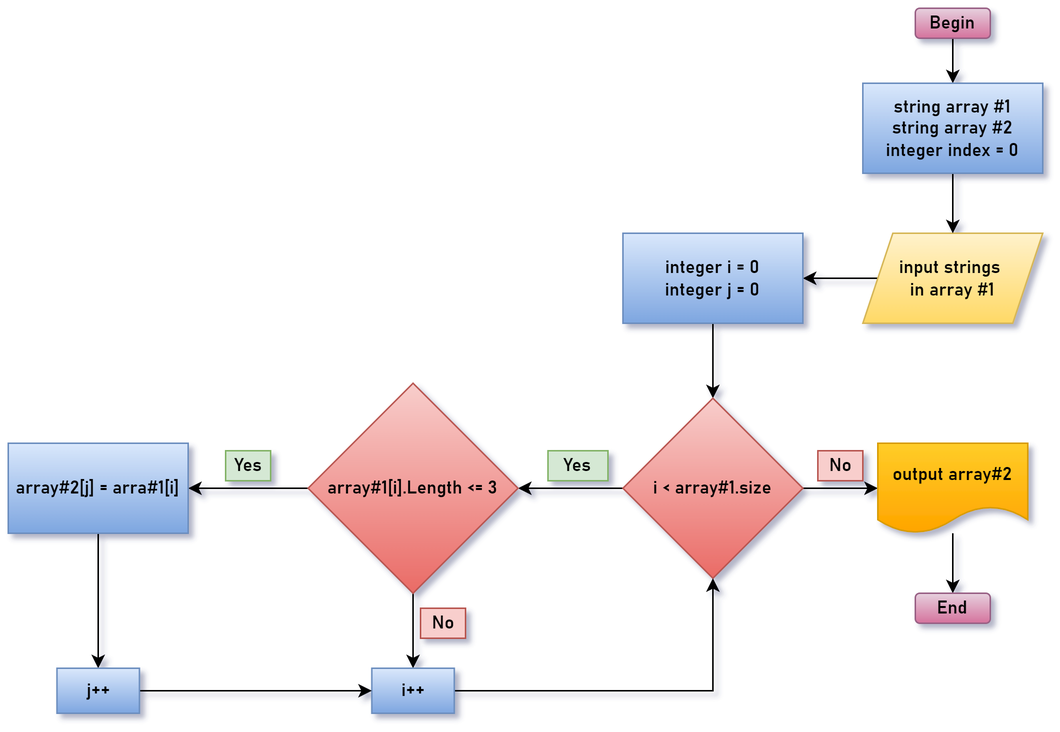
hayk4500/GB_FinalTask keeps this draw.io diagram as dia.png. Above is the earlier version. Source tidied: cells renumbered, new cells last; positions are measured from the earlier drawing's top-left corner, leaving out a move shared by most shapes.
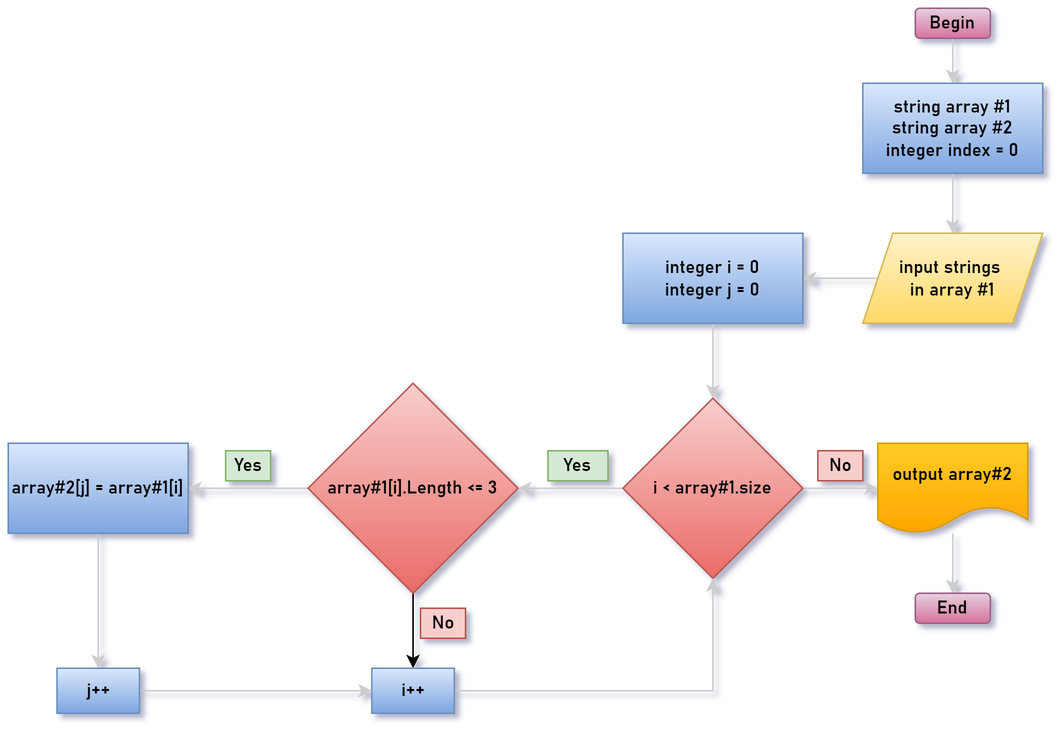
Later version of the same file.

Change to the diagram source:
```diff
@@ -2,40 +2,40 @@
   <root>
     <mxCell id="0" />
     <mxCell id="1" parent="0" />
-    <mxCell id="2" style="edgeStyle=orthogonalEdgeStyle;rounded=0;jettySize=auto;html=1;fontFamily=Bahnschrift SemiBold;fontStyle=1;" parent="1" edge="1" source="3" target="7">
+    <mxCell id="2" style="edgeStyle=orthogonalEdgeStyle;rounded=0;jettySize=auto;html=1;fontFamily=Bahnschrift SemiBold;fontStyle=1;fontColor=#7045FF;strokeColor=#CCCCCC;" parent="1" edge="1" source="3" target="7">
       <mxGeometry relative="1" as="geometry" />
     </mxCell>
     <mxCell id="3" value="Begin" style="rounded=1;whiteSpace=wrap;html=1;fillColor=#e6d0de;strokeColor=#996185;gradientColor=#d5739d;fontFamily=Bahnschrift SemiBold;fontStyle=1;" parent="1" vertex="1">
       <mxGeometry x="605" width="50" height="20" as="geometry" />
     </mxCell>
-    <mxCell id="4" style="edgeStyle=orthogonalEdgeStyle;rounded=0;jettySize=auto;html=1;fontFamily=Bahnschrift SemiBold;fontStyle=1;" parent="1" edge="1" source="5" target="9">
+    <mxCell id="4" style="edgeStyle=orthogonalEdgeStyle;rounded=0;jettySize=auto;html=1;fontFamily=Bahnschrift SemiBold;fontStyle=1;fontColor=#7045FF;strokeColor=#CCCCCC;" parent="1" edge="1" source="5" target="9">
       <mxGeometry relative="1" as="geometry" />
     </mxCell>
     <mxCell id="5" value="input strings&amp;nbsp;&lt;br&gt;in array #1" style="shape=parallelogram;perimeter=parallelogramPerimeter;whiteSpace=wrap;html=1;fixedSize=1;fillColor=#fff2cc;strokeColor=#d6b656;gradientColor=#ffd966;fontFamily=Bahnschrift SemiBold;fontStyle=1;" parent="1" vertex="1">
       <mxGeometry x="570" y="150" width="120" height="60" as="geometry" />
     </mxCell>
-    <mxCell id="6" style="edgeStyle=orthogonalEdgeStyle;rounded=0;jettySize=auto;html=1;fontFamily=Bahnschrift SemiBold;fontStyle=1;" parent="1" edge="1" source="7" target="5">
+    <mxCell id="6" style="edgeStyle=orthogonalEdgeStyle;rounded=0;jettySize=auto;html=1;fontFamily=Bahnschrift SemiBold;fontStyle=1;fontColor=#7045FF;strokeColor=#CCCCCC;" parent="1" edge="1" source="7" target="5">
       <mxGeometry relative="1" as="geometry" />
     </mxCell>
     <mxCell id="7" value="string array #1&lt;br&gt;string array #2&lt;br&gt;integer index = 0" style="rounded=0;whiteSpace=wrap;html=1;fillColor=#dae8fc;strokeColor=#6c8ebf;gradientColor=#7ea6e0;fontFamily=Bahnschrift SemiBold;fontStyle=1;" parent="1" vertex="1">
       <mxGeometry x="570" y="50" width="120" height="60" as="geometry" />
     </mxCell>
-    <mxCell id="8" style="edgeStyle=orthogonalEdgeStyle;rounded=0;jettySize=auto;html=1;fontFamily=Bahnschrift SemiBold;fontStyle=1;" parent="1" edge="1" source="9" target="12">
+    <mxCell id="8" style="edgeStyle=orthogonalEdgeStyle;rounded=0;jettySize=auto;html=1;fontFamily=Bahnschrift SemiBold;fontStyle=1;fontColor=#7045FF;strokeColor=#CCCCCC;" parent="1" edge="1" source="9" target="12">
       <mxGeometry relative="1" as="geometry" />
     </mxCell>
     <mxCell id="9" value="integer i = 0&lt;br&gt;integer j = 0" style="rounded=0;whiteSpace=wrap;html=1;fillColor=#dae8fc;strokeColor=#6c8ebf;gradientColor=#7ea6e0;fontFamily=Bahnschrift SemiBold;fontStyle=1;" parent="1" vertex="1">
       <mxGeometry x="410" y="150" width="120" height="60" as="geometry" />
     </mxCell>
-    <mxCell id="10" style="edgeStyle=orthogonalEdgeStyle;rounded=0;jettySize=auto;html=1;fontFamily=Bahnschrift SemiBold;fontStyle=1;" parent="1" edge="1" source="12" target="15">
+    <mxCell id="10" style="edgeStyle=orthogonalEdgeStyle;rounded=0;jettySize=auto;html=1;fontFamily=Bahnschrift SemiBold;fontStyle=1;fontColor=#7045FF;strokeColor=#CCCCCC;" parent="1" edge="1" source="12" target="15">
       <mxGeometry relative="1" as="geometry" />
     </mxCell>
-    <mxCell id="11" style="edgeStyle=orthogonalEdgeStyle;rounded=0;jettySize=auto;html=1;fontFamily=Bahnschrift SemiBold;fontStyle=1;" parent="1" edge="1" source="12" target="26">
+    <mxCell id="11" style="edgeStyle=orthogonalEdgeStyle;rounded=0;jettySize=auto;html=1;fontFamily=Bahnschrift SemiBold;fontStyle=1;fontColor=#7045FF;strokeColor=#CCCCCC;" parent="1" edge="1" source="12" target="26">
       <mxGeometry relative="1" as="geometry" />
     </mxCell>
     <mxCell id="12" value="i &amp;lt; array#1.size&lt;br&gt;" style="rhombus;whiteSpace=wrap;html=1;fillColor=#f8cecc;strokeColor=#b85450;gradientColor=#ea6b66;fontFamily=Bahnschrift SemiBold;fontStyle=1;" parent="1" vertex="1">
       <mxGeometry x="410" y="260" width="120" height="120" as="geometry" />
     </mxCell>
-    <mxCell id="13" style="edgeStyle=orthogonalEdgeStyle;rounded=0;jettySize=auto;html=1;fontFamily=Bahnschrift SemiBold;fontStyle=1;" parent="1" edge="1" source="15" target="17">
+    <mxCell id="13" style="edgeStyle=orthogonalEdgeStyle;rounded=0;jettySize=auto;html=1;fontFamily=Bahnschrift SemiBold;fontStyle=1;fontColor=#7045FF;strokeColor=#CCCCCC;" parent="1" edge="1" source="15" target="17">
       <mxGeometry relative="1" as="geometry" />
     </mxCell>
     <mxCell id="14" style="edgeStyle=orthogonalEdgeStyle;rounded=0;jettySize=auto;html=1;fontFamily=Bahnschrift SemiBold;fontStyle=1;" parent="1" edge="1" source="15" target="19">
@@ -44,19 +44,19 @@
     <mxCell id="15" value="array#1[i].Length &amp;lt;= 3" style="rhombus;whiteSpace=wrap;html=1;fillColor=#f8cecc;strokeColor=#b85450;gradientColor=#ea6b66;fontFamily=Bahnschrift SemiBold;fontStyle=1;" parent="1" vertex="1">
       <mxGeometry x="200" y="250" width="140" height="140" as="geometry" />
     </mxCell>
-    <mxCell id="16" style="edgeStyle=orthogonalEdgeStyle;rounded=0;jettySize=auto;html=1;fontFamily=Bahnschrift SemiBold;fontStyle=1;" parent="1" edge="1" source="17" target="21">
+    <mxCell id="16" style="edgeStyle=orthogonalEdgeStyle;rounded=0;jettySize=auto;html=1;fontFamily=Bahnschrift SemiBold;fontStyle=1;fontColor=#7045FF;strokeColor=#CCCCCC;" parent="1" edge="1" source="17" target="21">
       <mxGeometry relative="1" as="geometry" />
     </mxCell>
-    <mxCell id="17" value="array#2[j] = arra#1[i]" style="rounded=0;whiteSpace=wrap;html=1;fillColor=#dae8fc;strokeColor=#6c8ebf;gradientColor=#7ea6e0;fontFamily=Bahnschrift SemiBold;fontStyle=1;" parent="1" vertex="1">
+    <mxCell id="17" value="array#2[j] = array#1[i]" style="rounded=0;whiteSpace=wrap;html=1;fillColor=#dae8fc;strokeColor=#6c8ebf;gradientColor=#7ea6e0;fontFamily=Bahnschrift SemiBold;fontStyle=1;" parent="1" vertex="1">
       <mxGeometry y="290" width="120" height="60" as="geometry" />
     </mxCell>
-    <mxCell id="18" style="edgeStyle=orthogonalEdgeStyle;rounded=0;jettySize=auto;html=1;exitX=1;exitY=0.5;exitDx=0;exitDy=0;entryX=0.5;entryY=1;entryDx=0;entryDy=0;fontFamily=Bahnschrift SemiBold;fontStyle=1;" parent="1" edge="1" source="19" target="12">
+    <mxCell id="18" style="edgeStyle=orthogonalEdgeStyle;rounded=0;jettySize=auto;html=1;exitX=1;exitY=0.5;exitDx=0;exitDy=0;entryX=0.5;entryY=1;entryDx=0;entryDy=0;fontFamily=Bahnschrift SemiBold;fontStyle=1;fontColor=#7045FF;strokeColor=#CCCCCC;" parent="1" edge="1" source="19" target="12">
       <mxGeometry relative="1" as="geometry" />
     </mxCell>
     <mxCell id="19" value="i++" style="rounded=0;whiteSpace=wrap;html=1;fillColor=#dae8fc;strokeColor=#6c8ebf;gradientColor=#7ea6e0;fontFamily=Bahnschrift SemiBold;fontStyle=1;" parent="1" vertex="1">
       <mxGeometry x="242.5" y="440" width="55" height="30" as="geometry" />
     </mxCell>
-    <mxCell id="20" style="edgeStyle=orthogonalEdgeStyle;rounded=0;jettySize=auto;html=1;fontFamily=Bahnschrift SemiBold;fontStyle=1;" parent="1" edge="1" source="21" target="19">
+    <mxCell id="20" style="edgeStyle=orthogonalEdgeStyle;rounded=0;jettySize=auto;html=1;fontFamily=Bahnschrift SemiBold;fontStyle=1;fontColor=#7045FF;strokeColor=#CCCCCC;" parent="1" edge="1" source="21" target="19">
       <mxGeometry relative="1" as="geometry" />
     </mxCell>
     <mxCell id="21" value="j++" style="rounded=0;whiteSpace=wrap;html=1;fillColor=#dae8fc;strokeColor=#6c8ebf;gradientColor=#7ea6e0;fontFamily=Bahnschrift SemiBold;fontStyle=1;" parent="1" vertex="1">
@@ -71,7 +71,7 @@
     <mxCell id="24" value="No" style="text;html=1;align=center;verticalAlign=middle;strokeColor=#b85450;fillColor=#f8cecc;fontFamily=Bahnschrift SemiBold;fontStyle=1;" parent="1" vertex="1">
       <mxGeometry x="275" y="400" width="30" height="20" as="geometry" />
     </mxCell>
-    <mxCell id="25" style="edgeStyle=orthogonalEdgeStyle;rounded=0;jettySize=auto;html=1;fontFamily=Bahnschrift SemiBold;fontStyle=1;" parent="1" edge="1" source="26" target="27">
+    <mxCell id="25" style="edgeStyle=orthogonalEdgeStyle;rounded=0;jettySize=auto;html=1;fontFamily=Bahnschrift SemiBold;fontStyle=1;fontColor=#7045FF;strokeColor=#CCCCCC;" parent="1" edge="1" source="26" target="27">
       <mxGeometry relative="1" as="geometry">
         <Array as="points">
           <mxPoint x="630" y="360" />
```
